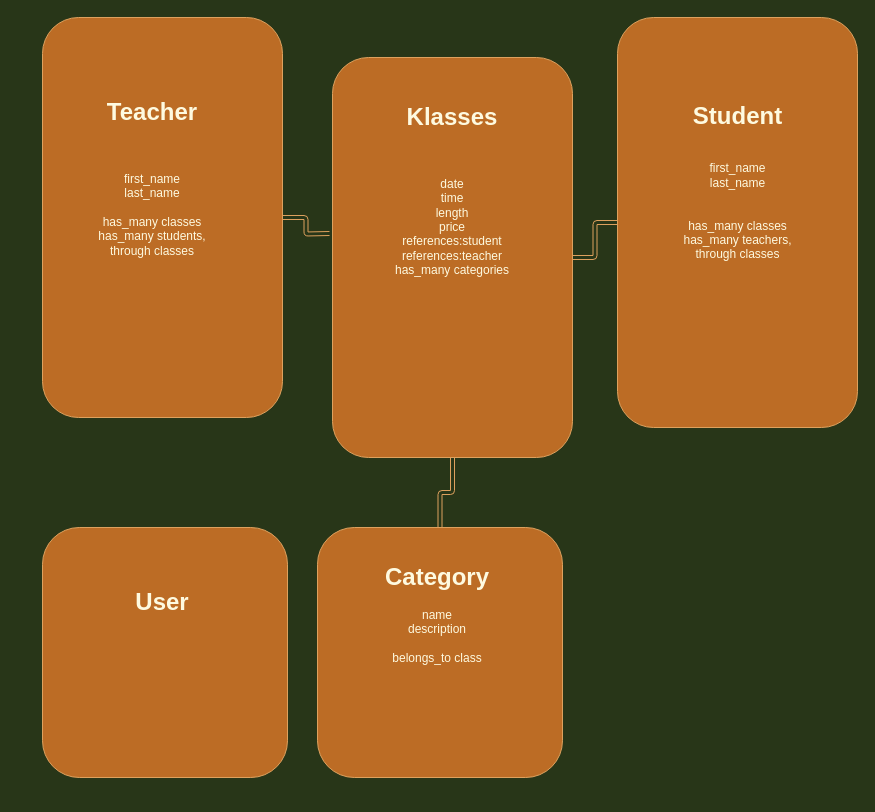
Earlier version of the draw.io diagram PLAN.drawio (Zacharyflynn06/flow). Source tidied: cells renumbered, new cells numbered last; positions are measured from the earlier drawing's top-left corner, leaving out a move shared by most shapes. Both pictures are drawn from the tidied source at 100%, with x=0, y=0 at pixel (17, 17).
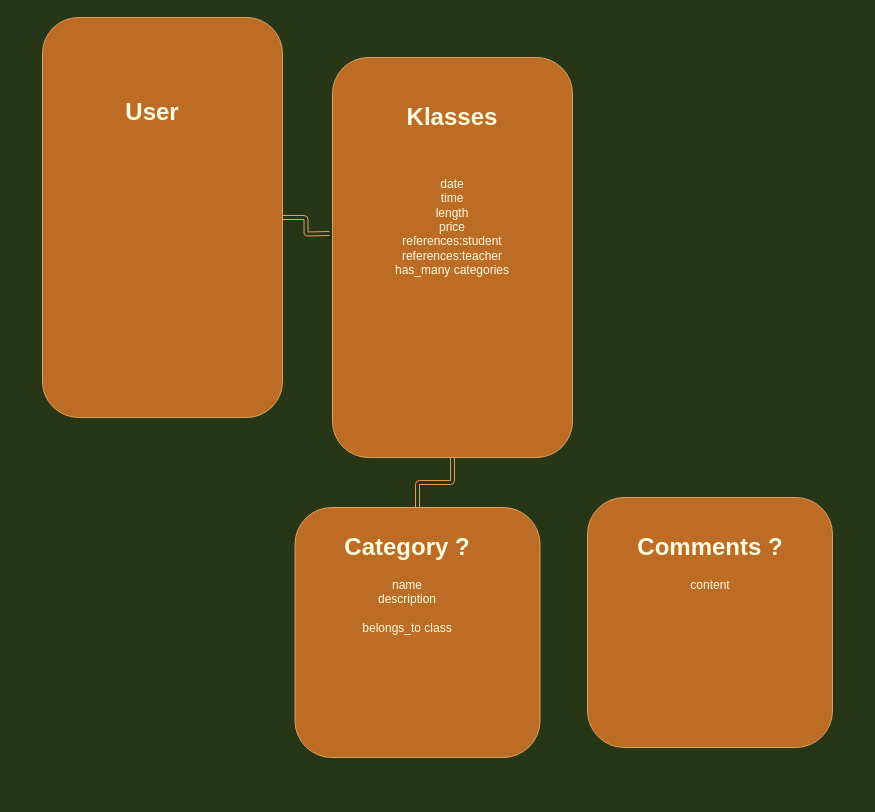
After the change.

The edit, as a diff of the source:
```diff
@@
 <mxGraphModel background="#283618">
   <root>
     <mxCell id="0" />
     <mxCell id="1" parent="0" />
     <mxCell id="2" style="rounded=1;sketch=0;jettySize=auto;html=1;strokeColor=#DDA15E;fillColor=#BC6C25;fontColor=#FEFAE0;shape=link;edgeStyle=orthogonalEdgeStyle;" parent="1" edge="1" source="3">
       <mxGeometry relative="1" as="geometry">
         <mxPoint x="312" y="216" as="targetPoint" />
       </mxGeometry>
     </mxCell>
     <mxCell id="3" style="rounded=1;whiteSpace=wrap;html=1;sketch=0;strokeColor=#DDA15E;fillColor=#BC6C25;fontColor=#FEFAE0;" parent="1" vertex="1">
       <mxGeometry x="25" width="240" height="400" as="geometry" />
     </mxCell>
-    <mxCell id="4" style="edgeStyle=orthogonalEdgeStyle;curved=0;rounded=1;sketch=0;jettySize=auto;html=1;strokeColor=#DDA15E;fillColor=#BC6C25;fontColor=#FEFAE0;shape=link;" parent="1" edge="1" source="5" target="7">
-      <mxGeometry relative="1" as="geometry" />
-    </mxCell>
-    <mxCell id="5" style="rounded=1;whiteSpace=wrap;html=1;sketch=0;strokeColor=#DDA15E;fillColor=#BC6C25;fontColor=#FEFAE0;" parent="1" vertex="1">
-      <mxGeometry x="600" width="240" height="410" as="geometry" />
-    </mxCell>
     <mxCell id="6" style="edgeStyle=orthogonalEdgeStyle;shape=link;rounded=1;sketch=0;jettySize=auto;html=1;strokeColor=#DDA15E;fillColor=#BC6C25;fontColor=#FEFAE0;" parent="1" edge="1" source="7" target="10">
       <mxGeometry relative="1" as="geometry" />
     </mxCell>
     <mxCell id="7" style="rounded=1;whiteSpace=wrap;html=1;sketch=0;strokeColor=#DDA15E;fillColor=#BC6C25;fontColor=#FEFAE0;" parent="1" vertex="1">
       <mxGeometry x="315" y="40" width="240" height="400" as="geometry" />
     </mxCell>
     <mxCell id="8" value="&lt;h1&gt;Klasses&lt;/h1&gt;&lt;div&gt;&lt;br&gt;&lt;/div&gt;&lt;div&gt;&lt;br&gt;&lt;/div&gt;&lt;div&gt;date&lt;/div&gt;&lt;div&gt;time&lt;/div&gt;&lt;div&gt;length&lt;/div&gt;&lt;div&gt;price&lt;/div&gt;&lt;div&gt;references:student&lt;/div&gt;&lt;div&gt;references:teacher&lt;/div&gt;&lt;div&gt;has_many categories&lt;/div&gt;&lt;div&gt;&lt;br&gt;&lt;/div&gt;&lt;div style=&quot;text-align: left&quot;&gt;&lt;br&gt;&lt;/div&gt;" style="text;html=1;strokeColor=none;fillColor=none;spacing=5;spacingTop=-20;whiteSpace=wrap;overflow=hidden;rounded=0;sketch=0;fontColor=#FEFAE0;align=center;" parent="1" vertex="1">
       <mxGeometry x="300" y="80" width="270" height="340" as="geometry" />
     </mxCell>
-    <mxCell id="9" value="&lt;br&gt;&lt;br&gt;&lt;h1&gt;Student&lt;/h1&gt;&lt;div&gt;&lt;br&gt;&lt;/div&gt;&lt;div&gt;first_name&lt;/div&gt;&lt;div&gt;last_name&lt;/div&gt;&lt;div&gt;&lt;br&gt;&lt;/div&gt;&lt;div&gt;&lt;br&gt;&lt;/div&gt;&lt;div&gt;has_many classes&lt;/div&gt;&lt;div&gt;has_many teachers,&lt;br&gt;&lt;/div&gt;&lt;div&gt;through classes&lt;/div&gt;&lt;div&gt;&lt;br&gt;&lt;/div&gt;&lt;div&gt;&lt;br&gt;&lt;/div&gt;&lt;div style=&quot;text-align: left&quot;&gt;&lt;br style=&quot;color: rgb(254 , 250 , 224) ; font-family: &amp;#34;helvetica&amp;#34; ; font-size: 12px ; font-style: normal ; font-weight: 400 ; letter-spacing: normal ; text-align: left ; text-indent: 0px ; text-transform: none ; word-spacing: 0px ; background-color: rgb(248 , 249 , 250)&quot;&gt;&lt;br&gt;&lt;br&gt;&lt;/div&gt;" style="text;html=1;strokeColor=none;fillColor=none;spacing=5;spacingTop=-20;whiteSpace=wrap;overflow=hidden;rounded=0;sketch=0;fontColor=#FEFAE0;align=center;" parent="1" vertex="1">
-      <mxGeometry x="642.5" y="50" width="155" height="280" as="geometry" />
-    </mxCell>
     <mxCell id="10" style="rounded=1;whiteSpace=wrap;html=1;sketch=0;strokeColor=#DDA15E;fillColor=#BC6C25;fontColor=#FEFAE0;" parent="1" vertex="1">
-      <mxGeometry x="300" y="510" width="245" height="250" as="geometry" />
+      <mxGeometry x="277.5" y="490" width="245" height="250" as="geometry" />
     </mxCell>
-    <mxCell id="11" value="&lt;h1&gt;Category&lt;/h1&gt;&lt;div&gt;name&lt;/div&gt;&lt;div&gt;description&lt;/div&gt;&lt;div&gt;&lt;br&gt;&lt;/div&gt;&lt;div&gt;belongs_to class&lt;/div&gt;" style="text;html=1;strokeColor=none;fillColor=none;spacing=5;spacingTop=-20;whiteSpace=wrap;overflow=hidden;rounded=0;sketch=0;fontColor=#FEFAE0;align=center;" parent="1" vertex="1">
-      <mxGeometry x="320" y="540" width="200" height="140" as="geometry" />
+    <mxCell id="11" value="&lt;h1&gt;Category ?&lt;/h1&gt;&lt;div&gt;name&lt;/div&gt;&lt;div&gt;description&lt;/div&gt;&lt;div&gt;&lt;br&gt;&lt;/div&gt;&lt;div&gt;belongs_to class&lt;/div&gt;" style="text;html=1;strokeColor=none;fillColor=none;spacing=5;spacingTop=-20;whiteSpace=wrap;overflow=hidden;rounded=0;sketch=0;fontColor=#FEFAE0;align=center;" parent="1" vertex="1">
+      <mxGeometry x="290" y="510" width="200" height="140" as="geometry" />
     </mxCell>
-    <mxCell id="12" value="&lt;h1&gt;Teacher&lt;/h1&gt;&lt;div&gt;&lt;br&gt;&lt;/div&gt;&lt;div&gt;&lt;br&gt;&lt;/div&gt;&lt;div&gt;first_name&lt;/div&gt;&lt;div&gt;last_name&lt;/div&gt;&lt;div&gt;&lt;br&gt;&lt;/div&gt;&lt;div&gt;has_many classes&lt;/div&gt;&lt;div&gt;has_many students,&lt;br&gt;&lt;/div&gt;&lt;div&gt;through classes&lt;/div&gt;&lt;div&gt;&lt;br&gt;&lt;/div&gt;&lt;div&gt;&lt;br&gt;&lt;/div&gt;&lt;div style=&quot;text-align: left&quot;&gt;&lt;br&gt;&lt;/div&gt;" style="text;html=1;strokeColor=none;fillColor=none;spacing=5;spacingTop=-20;whiteSpace=wrap;overflow=hidden;rounded=0;sketch=0;fontColor=#FEFAE0;align=center;" parent="1" vertex="1">
+    <mxCell id="12" value="&lt;h1&gt;User&lt;/h1&gt;&lt;div&gt;&lt;br&gt;&lt;/div&gt;" style="text;html=1;strokeColor=none;fillColor=none;spacing=5;spacingTop=-20;whiteSpace=wrap;overflow=hidden;rounded=0;sketch=0;fontColor=#FEFAE0;align=center;" parent="1" vertex="1">
       <mxGeometry y="75" width="270" height="340" as="geometry" />
     </mxCell>
     <mxCell id="13" style="edgeStyle=orthogonalEdgeStyle;shape=link;rounded=1;sketch=0;orthogonalLoop=1;jettySize=auto;html=1;exitX=0.5;exitY=1;exitDx=0;exitDy=0;strokeColor=#DDA15E;fillColor=#BC6C25;fontColor=#FEFAE0;" parent="1" edge="1" source="10" target="10">
       <mxGeometry relative="1" as="geometry" />
     </mxCell>
     <mxCell id="14" style="rounded=1;whiteSpace=wrap;html=1;sketch=0;strokeColor=#DDA15E;fillColor=#BC6C25;fontColor=#FEFAE0;" parent="1" vertex="1">
-      <mxGeometry x="25" y="510" width="245" height="250" as="geometry" />
+      <mxGeometry x="570" y="480" width="245" height="250" as="geometry" />
     </mxCell>
-    <mxCell id="15" value="&lt;h1&gt;User&lt;/h1&gt;&lt;div&gt;&lt;br&gt;&lt;/div&gt;" style="text;html=1;strokeColor=none;fillColor=none;spacing=5;spacingTop=-20;whiteSpace=wrap;overflow=hidden;rounded=0;sketch=0;fontColor=#FEFAE0;align=center;" parent="1" vertex="1">
-      <mxGeometry x="45" y="565" width="200" height="140" as="geometry" />
+    <mxCell id="15" value="&lt;h1&gt;Comments ?&lt;/h1&gt;&lt;div&gt;content&lt;/div&gt;&lt;div&gt;&lt;br&gt;&lt;/div&gt;" style="text;html=1;strokeColor=none;fillColor=none;spacing=5;spacingTop=-20;whiteSpace=wrap;overflow=hidden;rounded=0;sketch=0;fontColor=#FEFAE0;align=center;" parent="1" vertex="1">
+      <mxGeometry x="592.5" y="510" width="200" height="140" as="geometry" />
     </mxCell>
   </root>
 </mxGraphModel>
```
